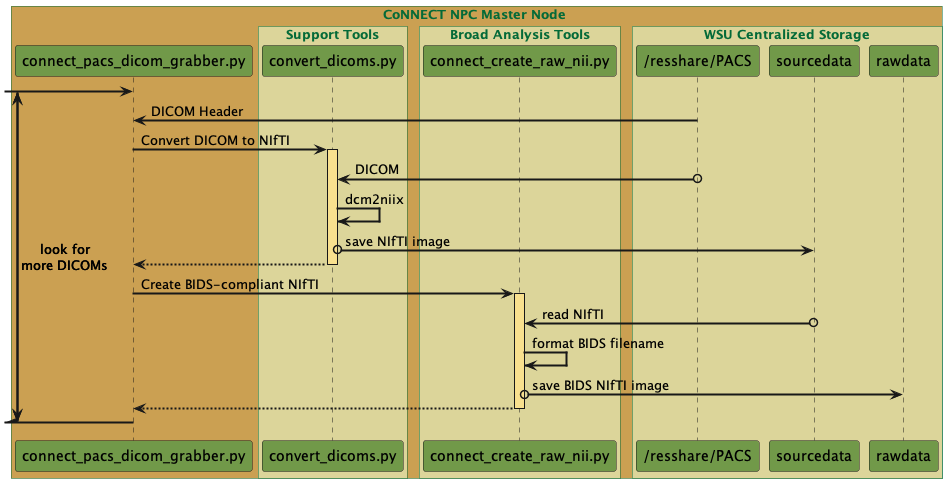
This is docs/source/_images/pacs-grabber2.png from mattsherwood87/CoNNECT, a PlantUML export, as it was before one commit.
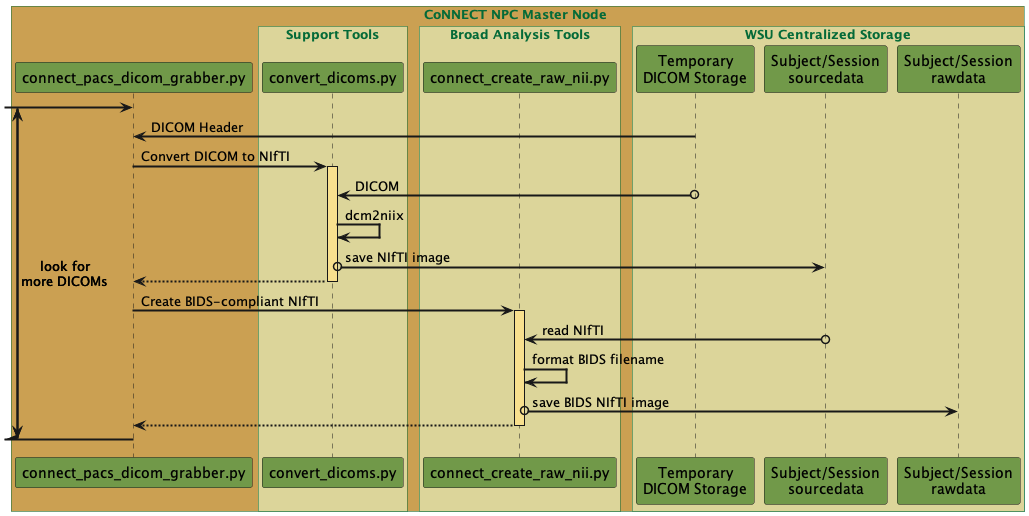
The same diagram one commit later.

What changed in the source:
```diff
@@ -23,9 +23,9 @@
 endbox
 
 box WSU Centralized Storage
-participant "/resshare/PACS" as pacs #719949
-participant "sourcedata" as src #719949
-participant "rawdata" as raw #719949
+participant "Temporary\nDICOM Storage" as pacs #719949
+participant "Subject/Session\nsourcedata" as src #719949
+participant "Subject/Session\nrawdata" as raw #719949
 endbox
 
 endbox
```
